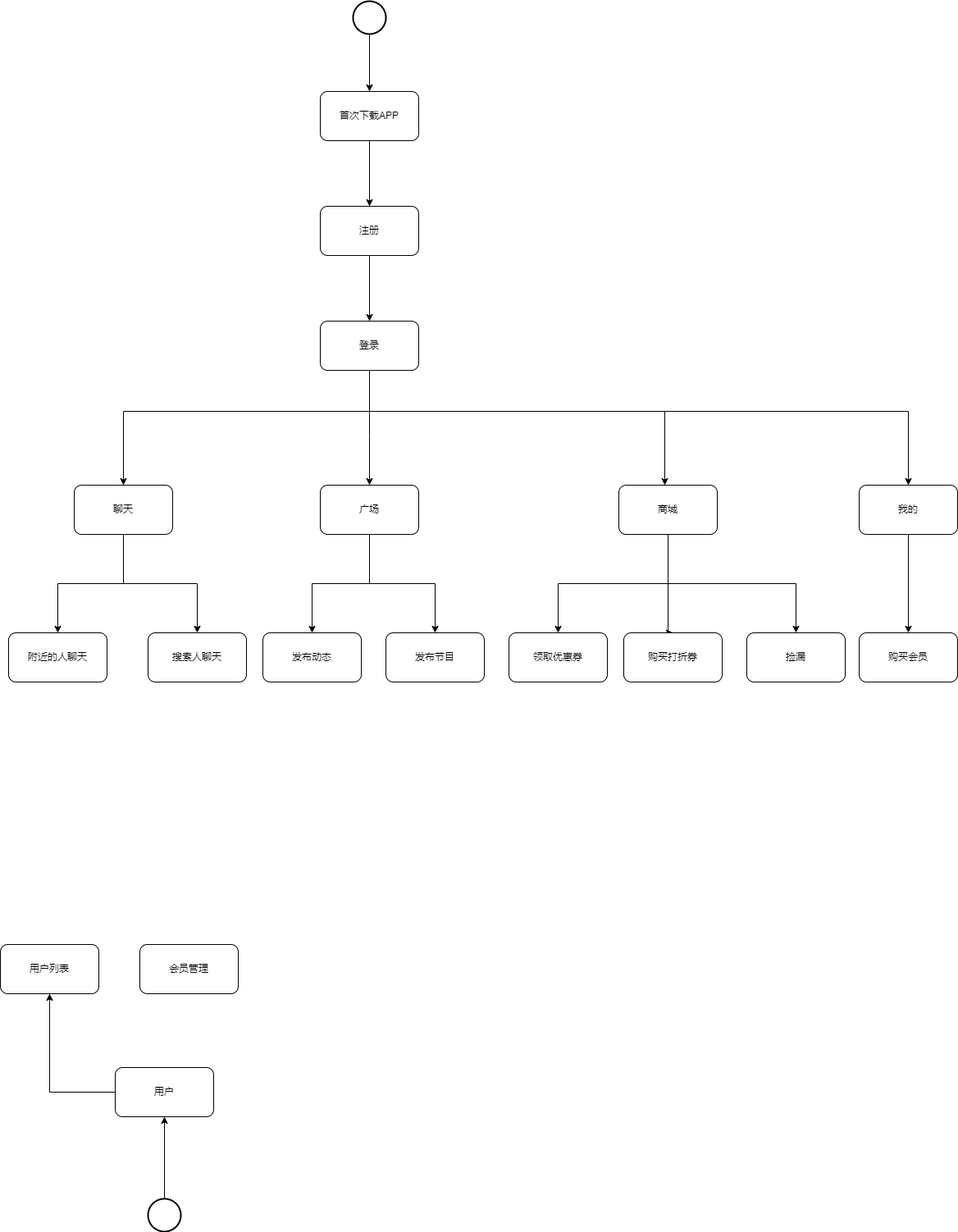
This is Untitled Diagram.drawio.png from suibianlx/business_architect, a draw.io export, as it was before one commit. Source tidied: cells renumbered, new cells last; positions are measured from the earlier drawing's top-left corner, leaving out a move shared by most shapes.
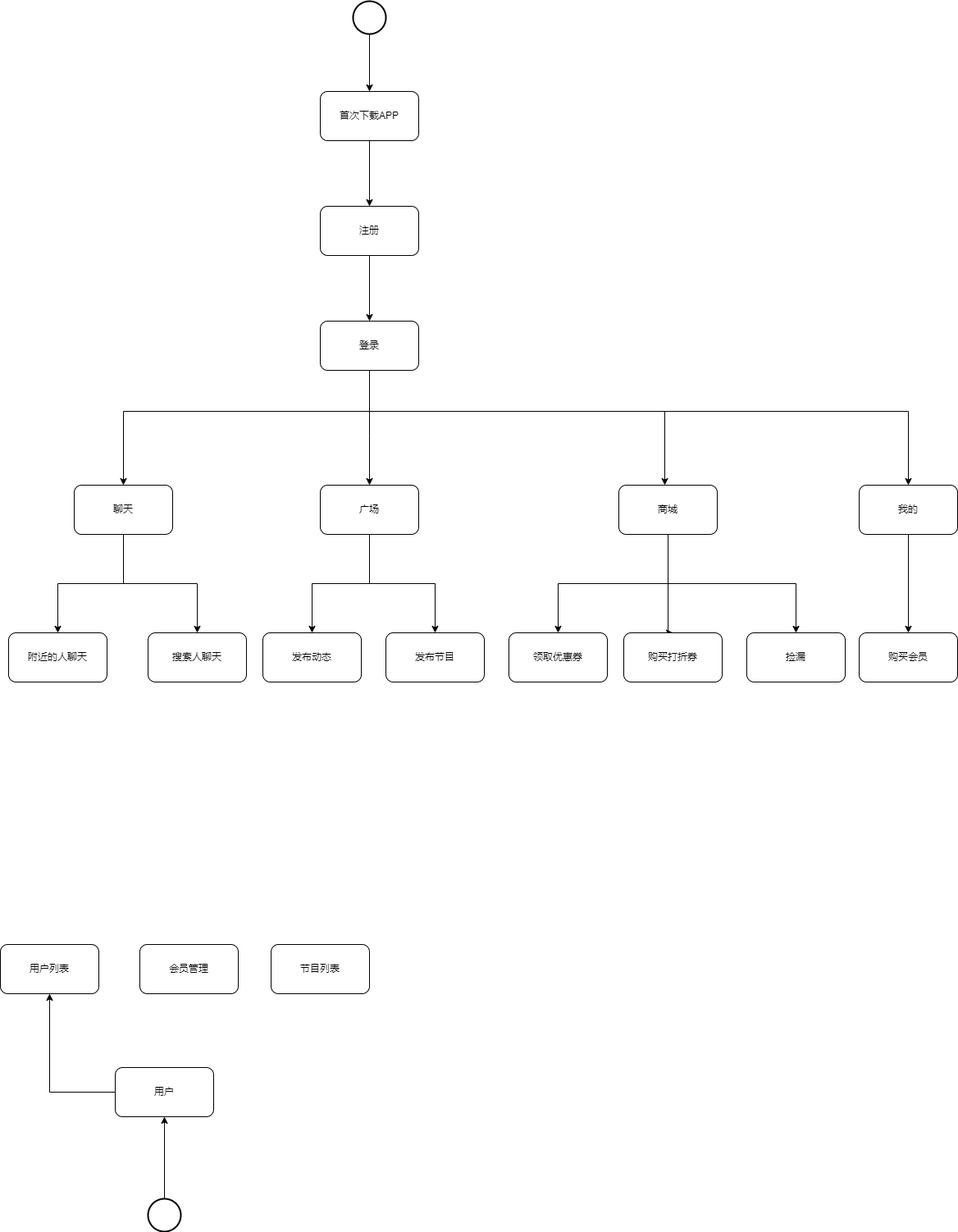
Later version of the same file.

The edit, as a diff of the source:
```diff
@@ -147,5 +147,8 @@
     <mxCell id="38" value="会员管理" style="rounded=1;whiteSpace=wrap;html=1;" parent="1" vertex="1">
       <mxGeometry x="170" y="1150" width="120" height="60" as="geometry" />
     </mxCell>
+    <mxCell id="39" value="节目列表" style="rounded=1;whiteSpace=wrap;html=1;" parent="1" vertex="1">
+      <mxGeometry x="330" y="1150" width="120" height="60" as="geometry" />
+    </mxCell>
   </root>
 </mxGraphModel>
```
